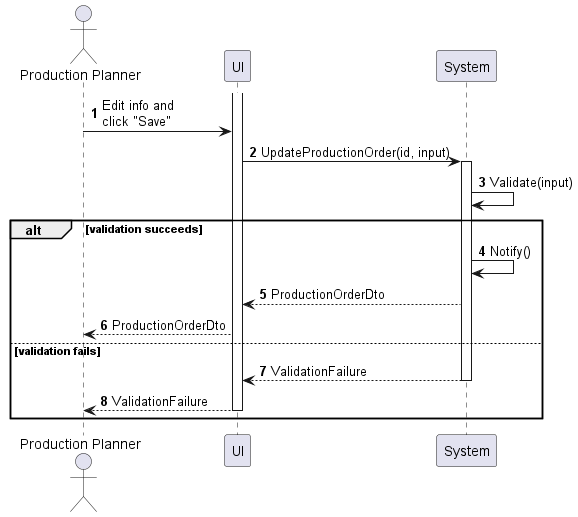
Above: sequences/production-order-update.png in phihungha/scmss-reqs (PlantUML), before the change.
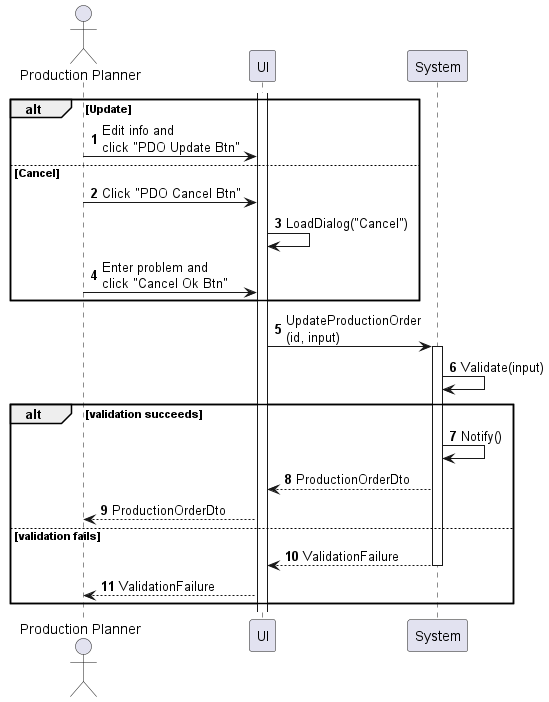
After the change.

Change to the diagram source:
```diff
@@ -6,8 +6,16 @@
 participant System as b
 
 activate f
-a -> f : Edit info and\nclick "Save"
-f -> b : UpdateProductionOrder(id, input)
+
+alt Update
+    a -> f : Edit info and\nclick "PDO Update Btn"
+else Cancel
+    a -> f : Click "PDO Cancel Btn"
+    f -> f : LoadDialog("Cancel")
+    a -> f : Enter problem and\nclick "Cancel Ok Btn"
+end
+
+f -> b : UpdateProductionOrder\n(id, input)
 activate b
 b -> b : Validate(input)
 
@@ -18,6 +26,5 @@
 else validation fails
     return ValidationFailure
     f --> a : ValidationFailure
-    deactivate f
 end
 @enduml
```
